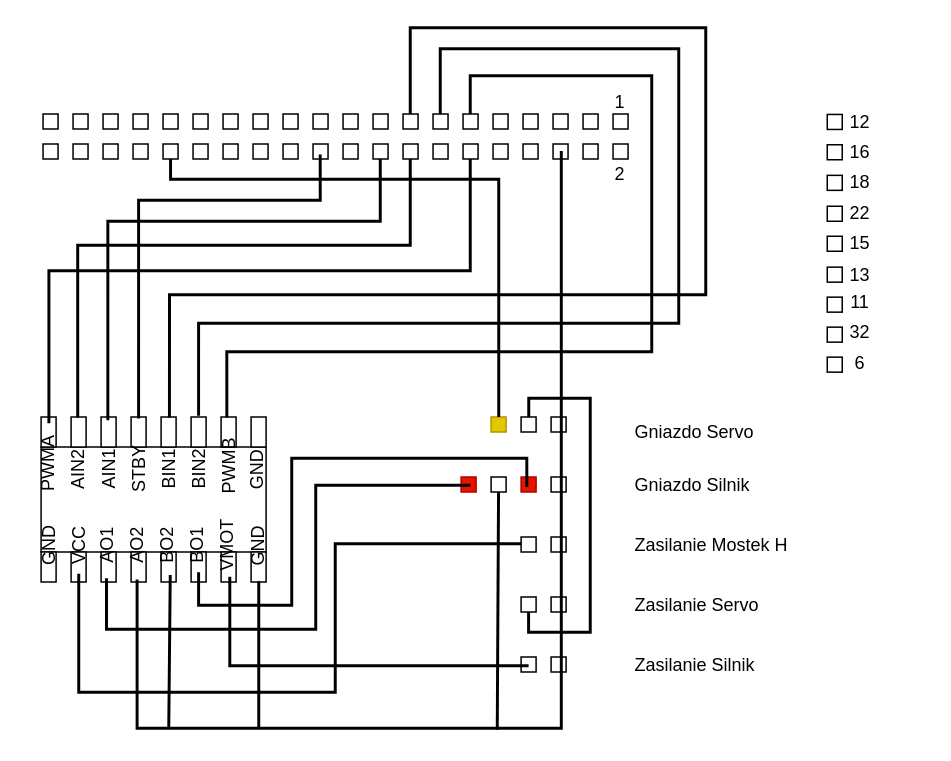
This is scheme/rc_car_diagram_idc_socket.drawio from MariuszBorek/rc-car, a draw.io file, before an edit. Source tidied: cells renumbered, new cells numbered last; positions are measured from the earlier drawing's top-left corner, leaving out a move shared by most shapes. Both pictures are drawn from the tidied source at 150%, with x=0, y=0 at pixel (3, 27).
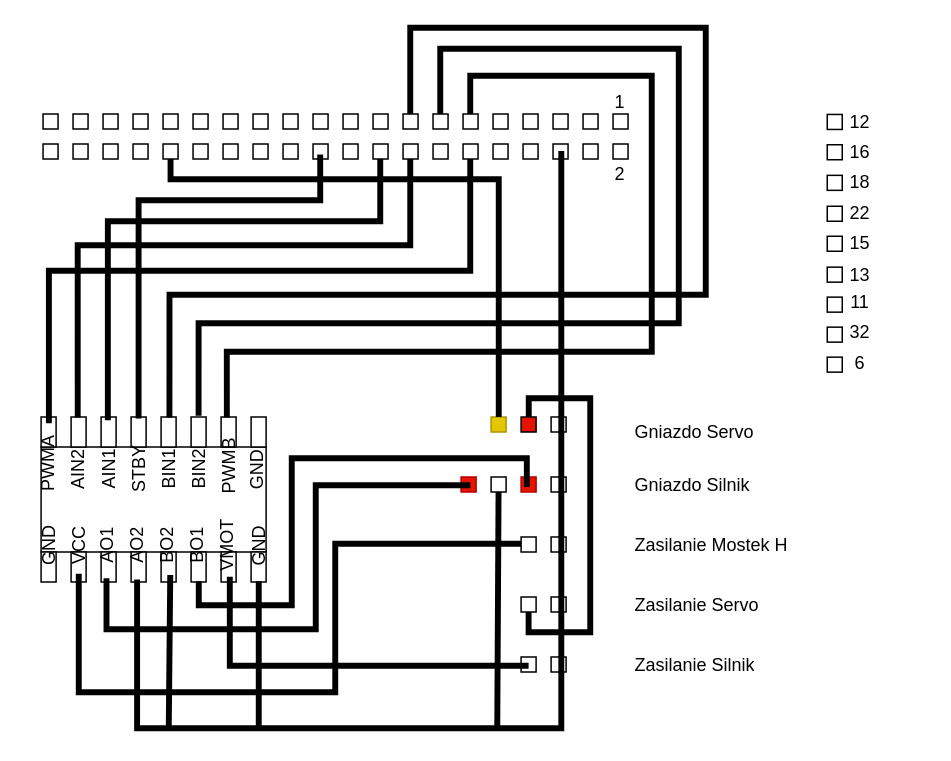
The same page after the edit.

Unchanged cells that the change refers to:
```xml
<mxCell id="12" style="rounded=0;whiteSpace=wrap;html=1;fillColor=light-dark(#FFFFFF,#663300);" parent="1" vertex="1">
  <mxGeometry x="44.9" y="259.5" width="10" height="20" as="geometry" />
</mxCell>
<mxCell id="13" style="rounded=0;whiteSpace=wrap;html=1;fillColor=light-dark(#FFFFFF,#FFFFFF);" parent="1" vertex="1">
  <mxGeometry x="64.9" y="259.5" width="10" height="20" as="geometry" />
</mxCell>
<mxCell id="14" style="rounded=0;whiteSpace=wrap;html=1;fillColor=light-dark(#FFFFFF,#007FFF);" parent="1" vertex="1">
  <mxGeometry x="84.9" y="259.5" width="10" height="20" as="geometry" />
</mxCell>
<mxCell id="15" style="rounded=0;whiteSpace=wrap;html=1;fillColor=light-dark(#FFFFFF,#00FF00);" parent="1" vertex="1">
  <mxGeometry x="104.9" y="259.5" width="10" height="20" as="geometry" />
</mxCell>
<mxCell id="16" style="rounded=0;whiteSpace=wrap;html=1;fillColor=light-dark(#FFFFFF,#FF8000);" parent="1" vertex="1">
  <mxGeometry x="124.9" y="259.5" width="10" height="20" as="geometry" />
</mxCell>
<mxCell id="17" style="rounded=0;whiteSpace=wrap;html=1;fillColor=light-dark(#FFFFFF,#7F00FF);" parent="1" vertex="1">
  <mxGeometry x="144.9" y="259.5" width="10" height="20" as="geometry" />
</mxCell>
<mxCell id="21" style="rounded=0;whiteSpace=wrap;html=1;fillColor=light-dark(#E3C800,#FFFF00);fontColor=#000000;strokeColor=light-dark(#B09500,#FFFFFF);" parent="1" vertex="1">
  <mxGeometry x="324.9" y="259.5" width="10" height="10" as="geometry" />
</mxCell>
<mxCell id="27" style="rounded=0;whiteSpace=wrap;html=1;fillColor=light-dark(#FFFFFF,#FF0000);" parent="1" vertex="1">
  <mxGeometry x="344.9" y="339.5" width="10" height="10" as="geometry" />
</mxCell>
<mxCell id="29" style="rounded=0;whiteSpace=wrap;html=1;fillColor=light-dark(#FFFFFF,#FF0000);" parent="1" vertex="1">
  <mxGeometry x="344.9" y="379.5" width="10" height="10" as="geometry" />
</mxCell>
<mxCell id="42" value="BO1" style="text;html=1;whiteSpace=wrap;strokeColor=none;fillColor=none;align=center;verticalAlign=middle;rounded=0;rotation=-90;" parent="1" vertex="1">
  <mxGeometry x="99.9" y="330.3" width="60" height="30" as="geometry" />
</mxCell>
<mxCell id="65" style="rounded=0;whiteSpace=wrap;html=1;fillColor=light-dark(#FFFFFF,#FF8000);" parent="1" vertex="1">
  <mxGeometry x="286.2" y="57.5" width="10" height="10" as="geometry" />
</mxCell>
<mxCell id="66" style="rounded=0;whiteSpace=wrap;html=1;fillColor=light-dark(#FFFFFF,#80FF00);" parent="1" vertex="1">
  <mxGeometry x="266.2" y="57.5" width="10" height="10" as="geometry" />
</mxCell>
<mxCell id="68" style="rounded=0;whiteSpace=wrap;html=1;fillColor=light-dark(#FFFFFF,#7F00FF);" parent="1" vertex="1">
  <mxGeometry x="306.2" y="57.5" width="10" height="10" as="geometry" />
</mxCell>
<mxCell id="79" style="rounded=0;whiteSpace=wrap;html=1;fillColor=light-dark(#FFFFFF,#007FFF);" parent="1" vertex="1">
  <mxGeometry x="206.2" y="77.5" width="10" height="10" as="geometry" />
</mxCell>
<mxCell id="83" style="rounded=0;whiteSpace=wrap;html=1;fillColor=light-dark(#FFFFFF,#FFFF00);" parent="1" vertex="1">
  <mxGeometry x="106.2" y="77.5" width="10" height="10" as="geometry" />
</mxCell>
<mxCell id="84" style="rounded=0;whiteSpace=wrap;html=1;fillColor=light-dark(#FFFFFF,#FFFFFF);" parent="1" vertex="1">
  <mxGeometry x="246.2" y="77.5" width="10" height="10" as="geometry" />
</mxCell>
<mxCell id="86" style="rounded=0;whiteSpace=wrap;html=1;fillColor=light-dark(#FFFFFF,#994C00);" parent="1" vertex="1">
  <mxGeometry x="266.2" y="77.5" width="10" height="10" as="geometry" />
</mxCell>
<mxCell id="88" style="rounded=0;whiteSpace=wrap;html=1;fillColor=light-dark(#FFFFFF,#33FFFF);" parent="1" vertex="1">
  <mxGeometry x="306.2" y="77.5" width="10" height="10" as="geometry" />
</mxCell>
```

What changed in the source:
```diff
@@
-    <mxCell id="4" style="rounded=0;whiteSpace=wrap;html=1;" parent="1" vertex="1">
+    <mxCell id="4" style="rounded=0;whiteSpace=wrap;html=1;fillColor=light-dark(#FFFFFF,#FF0000);" parent="1" vertex="1">
       <mxGeometry x="44.9" y="349.5" width="10" height="20" as="geometry" />
     </mxCell>
-    <mxCell id="5" style="rounded=0;whiteSpace=wrap;html=1;" parent="1" vertex="1">
+    <mxCell id="5" style="rounded=0;whiteSpace=wrap;html=1;fillColor=light-dark(#FFFFFF,#FF8000);" parent="1" vertex="1">
       <mxGeometry x="64.9" y="349.5" width="10" height="20" as="geometry" />
     </mxCell>
-    <mxCell id="6" style="rounded=0;whiteSpace=wrap;html=1;" parent="1" vertex="1">
+    <mxCell id="6" style="rounded=0;whiteSpace=wrap;html=1;fillColor=light-dark(#FFFFFF,#808080);" parent="1" vertex="1">
       <mxGeometry x="84.9" y="349.5" width="10" height="20" as="geometry" />
     </mxCell>
-    <mxCell id="7" style="rounded=0;whiteSpace=wrap;html=1;" parent="1" vertex="1">
+    <mxCell id="7" style="rounded=0;whiteSpace=wrap;html=1;fillColor=light-dark(#FFFFFF,#808080);" parent="1" vertex="1">
       <mxGeometry x="104.9" y="349.5" width="10" height="20" as="geometry" />
     </mxCell>
-    <mxCell id="8" style="rounded=0;whiteSpace=wrap;html=1;" parent="1" vertex="1">
+    <mxCell id="8" style="rounded=0;whiteSpace=wrap;html=1;fillColor=light-dark(#FFFFFF,#FF8000);" parent="1" vertex="1">
       <mxGeometry x="124.9" y="349.5" width="10" height="20" as="geometry" />
     </mxCell>
-    <mxCell id="9" style="rounded=0;whiteSpace=wrap;html=1;" parent="1" vertex="1">
+    <mxCell id="9" style="rounded=0;whiteSpace=wrap;html=1;fillColor=light-dark(#FFFFFF,#FF0000);" parent="1" vertex="1">
       <mxGeometry x="144.9" y="349.5" width="10" height="20" as="geometry" />
     </mxCell>
-    <mxCell id="10" style="rounded=0;whiteSpace=wrap;html=1;" parent="1" vertex="1">
+    <mxCell id="10" style="rounded=0;whiteSpace=wrap;html=1;fillColor=light-dark(#FFFFFF,#808080);" parent="1" vertex="1">
       <mxGeometry x="164.9" y="349.5" width="10" height="20" as="geometry" />
     </mxCell>
@@
-    <mxCell id="19" style="rounded=0;whiteSpace=wrap;html=1;" parent="1" vertex="1">
+    <mxCell id="19" style="rounded=0;whiteSpace=wrap;html=1;fillColor=light-dark(#FFFFFF,#808080);" parent="1" vertex="1">
       <mxGeometry x="364.9" y="259.5" width="10" height="10" as="geometry" />
     </mxCell>
-    <mxCell id="20" style="rounded=0;whiteSpace=wrap;html=1;fillColor=light-dark(#FFFFFF,#FF0000);" parent="1" vertex="1">
+    <mxCell id="20" style="rounded=0;whiteSpace=wrap;html=1;fillColor=light-dark(#E51400,#FF8000);" parent="1" vertex="1">
       <mxGeometry x="344.9" y="259.5" width="10" height="10" as="geometry" />
     </mxCell>
@@
-    <mxCell id="22" style="rounded=0;whiteSpace=wrap;html=1;" parent="1" vertex="1">
+    <mxCell id="22" style="rounded=0;whiteSpace=wrap;html=1;fillColor=light-dark(#FFFFFF,#808080);" parent="1" vertex="1">
       <mxGeometry x="364.9" y="299.5" width="10" height="10" as="geometry" />
     </mxCell>
-    <mxCell id="23" style="rounded=0;whiteSpace=wrap;html=1;fillColor=light-dark(#E51400,#FF0000);fontColor=#ffffff;strokeColor=#B20000;" parent="1" vertex="1">
+    <mxCell id="23" style="rounded=0;whiteSpace=wrap;html=1;fillColor=light-dark(#E51400,#FF8000);fontColor=#ffffff;strokeColor=#B20000;" parent="1" vertex="1">
       <mxGeometry x="344.9" y="299.5" width="10" height="10" as="geometry" />
     </mxCell>
-    <mxCell id="24" style="rounded=0;whiteSpace=wrap;html=1;" parent="1" vertex="1">
+    <mxCell id="24" style="rounded=0;whiteSpace=wrap;html=1;fillColor=light-dark(#FFFFFF,#808080);" parent="1" vertex="1">
       <mxGeometry x="324.9" y="299.5" width="10" height="10" as="geometry" />
     </mxCell>
-    <mxCell id="25" style="rounded=0;whiteSpace=wrap;html=1;fillColor=light-dark(#E51400,#FF0000);fontColor=#ffffff;strokeColor=light-dark(#B20000,#FFFFFF);" parent="1" vertex="1">
+    <mxCell id="25" style="rounded=0;whiteSpace=wrap;html=1;fillColor=light-dark(#E51400,#FF8000);fontColor=#ffffff;strokeColor=light-dark(#B20000,#FFFFFF);" parent="1" vertex="1">
       <mxGeometry x="304.9" y="299.5" width="10" height="10" as="geometry" />
     </mxCell>
-    <mxCell id="26" style="rounded=0;whiteSpace=wrap;html=1;" parent="1" vertex="1">
+    <mxCell id="26" style="rounded=0;whiteSpace=wrap;html=1;fillColor=light-dark(#FFFFFF,#808080);" parent="1" vertex="1">
       <mxGeometry x="364.9" y="339.5" width="10" height="10" as="geometry" />
     </mxCell>
@@
-    <mxCell id="28" style="rounded=0;whiteSpace=wrap;html=1;" parent="1" vertex="1">
+    <mxCell id="28" style="rounded=0;whiteSpace=wrap;html=1;fillColor=light-dark(#FFFFFF,#808080);" parent="1" vertex="1">
       <mxGeometry x="364.9" y="379.5" width="10" height="10" as="geometry" />
     </mxCell>
@@
-    <mxCell id="30" style="rounded=0;whiteSpace=wrap;html=1;" parent="1" vertex="1">
+    <mxCell id="30" style="rounded=0;whiteSpace=wrap;html=1;fillColor=light-dark(#FFFFFF,#808080);" parent="1" vertex="1">
       <mxGeometry x="364.9" y="419.5" width="10" height="10" as="geometry" />
     </mxCell>
@@
     <mxCell id="44" value="GND" style="text;html=1;whiteSpace=wrap;strokeColor=none;fillColor=none;align=center;verticalAlign=middle;rounded=0;rotation=-90;" parent="1" vertex="1">
-      <mxGeometry x="139.2" y="330.5" width="60" height="30" as="geometry" />
+      <mxGeometry x="140.2" y="330.5" width="60" height="30" as="geometry" />
     </mxCell>
@@
-    <mxCell id="87" style="rounded=0;whiteSpace=wrap;html=1;fillColor=light-dark(#FFFFFF,#000000);" parent="1" vertex="1">
+    <mxCell id="87" style="rounded=0;whiteSpace=wrap;html=1;fillColor=light-dark(#FFFFFF,#808080);" parent="1" vertex="1">
       <mxGeometry x="366.2" y="77.5" width="10" height="10" as="geometry" />
     </mxCell>
@@
-    <mxCell id="112" style="rounded=0;whiteSpace=wrap;html=1;fillColor=light-dark(#FFFFFF,#000000);" parent="1" vertex="1">
+    <mxCell id="112" style="rounded=0;whiteSpace=wrap;html=1;fillColor=light-dark(#FFFFFF,#808080);" parent="1" vertex="1">
       <mxGeometry x="549" y="219.6" width="10" height="10" as="geometry" />
     </mxCell>
-    <mxCell id="113" style="endArrow=none;html=1;rounded=0;strokeColor=light-dark(#000000,#FF0000);strokeWidth=1.9685;edgeStyle=orthogonalEdgeStyle;" parent="1" edge="1" source="29" target="20">
+    <mxCell id="113" style="endArrow=none;html=1;rounded=0;strokeColor=light-dark(#000000,#FF8000);strokeWidth=3.937;edgeStyle=orthogonalEdgeStyle;" parent="1" edge="1" source="29" target="20">
       <mxGeometry relative="1" as="geometry">
         <Array as="points">
           <mxPoint x="350" y="403" />
           <mxPoint x="391" y="403" />
           <mxPoint x="391" y="247" />
           <mxPoint x="350" y="247" />
         </Array>
       </mxGeometry>
     </mxCell>
-    <mxCell id="114" style="endArrow=none;html=1;rounded=0;entryX=0.384;entryY=0.665;entryDx=0;entryDy=0;entryPerimeter=0;exitX=0.206;exitY=0.5;exitDx=0;exitDy=0;exitPerimeter=0;strokeColor=light-dark(#000000,#FF0000);orthogonal=0;strokeWidth=1.9685;edgeStyle=orthogonalEdgeStyle;" parent="1" edge="1" source="42" target="23">
+    <mxCell id="114" style="endArrow=none;html=1;rounded=0;entryX=0.384;entryY=0.665;entryDx=0;entryDy=0;entryPerimeter=0;strokeColor=light-dark(#000000,#FF8000);orthogonal=0;strokeWidth=3.937;edgeStyle=orthogonalEdgeStyle;" parent="1" edge="1" target="23">
       <mxGeometry relative="1" as="geometry">
+        <mxPoint x="130" y="369" as="sourcePoint" />
         <Array as="points">
           <mxPoint x="130" y="385" />
           <mxPoint x="192" y="385" />
           <mxPoint x="192" y="287" />
           <mxPoint x="349" y="287" />
         </Array>
       </mxGeometry>
     </mxCell>
-    <mxCell id="115" style="endArrow=none;html=1;rounded=0;exitX=0.007;exitY=0.602;exitDx=0;exitDy=0;exitPerimeter=0;entryX=0.989;entryY=0.008;entryDx=0;entryDy=0;entryPerimeter=0;strokeColor=light-dark(#000000,#FF0000);strokeWidth=1.9685;edgeStyle=orthogonalEdgeStyle;" parent="1" edge="1">
+    <mxCell id="115" style="endArrow=none;html=1;rounded=0;exitX=0.007;exitY=0.602;exitDx=0;exitDy=0;exitPerimeter=0;entryX=0.989;entryY=0.008;entryDx=0;entryDy=0;entryPerimeter=0;strokeColor=light-dark(#000000,#FF8000);strokeWidth=3.937;edgeStyle=orthogonalEdgeStyle;" parent="1" edge="1">
       <mxGeometry relative="1" as="geometry">
         <mxPoint x="68.5" y="367" as="sourcePoint" />
         <mxPoint x="311.1" y="305" as="targetPoint" />
         <Array as="points">
           <mxPoint x="68" y="401" />
           <mxPoint x="208" y="401" />
           <mxPoint x="208" y="305" />
         </Array>
       </mxGeometry>
     </mxCell>
-    <mxCell id="116" style="endArrow=none;html=1;rounded=0;strokeColor=light-dark(#000000,#FF0000);strokeWidth=1.9685;edgeStyle=orthogonalEdgeStyle;" parent="1" edge="1" target="27">
+    <mxCell id="116" style="endArrow=none;html=1;rounded=0;strokeColor=light-dark(#000000,#FF0000);strokeWidth=3.937;edgeStyle=orthogonalEdgeStyle;" parent="1" edge="1" target="27">
       <mxGeometry relative="1" as="geometry">
         <mxPoint x="50" y="364" as="sourcePoint" />
         <Array as="points">
           <mxPoint x="50" y="443" />
           <mxPoint x="221" y="443" />
           <mxPoint x="221" y="344" />
         </Array>
       </mxGeometry>
     </mxCell>
-    <mxCell id="117" style="endArrow=none;html=1;rounded=0;exitX=0.008;exitY=0.043;exitDx=0;exitDy=0;exitPerimeter=0;entryX=0.996;entryY=0.992;entryDx=0;entryDy=0;entryPerimeter=0;strokeColor=light-dark(#000000,#FF0000);strokeWidth=1.9685;edgeStyle=orthogonalEdgeStyle;" parent="1" edge="1">
+    <mxCell id="117" style="endArrow=none;html=1;rounded=0;exitX=0.008;exitY=0.043;exitDx=0;exitDy=0;exitPerimeter=0;entryX=0.996;entryY=0.992;entryDx=0;entryDy=0;entryPerimeter=0;strokeColor=light-dark(#000000,#FF0000);strokeWidth=3.937;edgeStyle=orthogonalEdgeStyle;" parent="1" edge="1">
       <mxGeometry relative="1" as="geometry">
         <mxPoint x="150.7" y="366" as="sourcePoint" />
         <mxPoint x="349.9" y="425.3" as="targetPoint" />
         <Array as="points">
           <mxPoint x="151" y="425" />
         </Array>
       </mxGeometry>
     </mxCell>
-    <mxCell id="118" style="endArrow=none;html=1;rounded=0;entryX=0.233;entryY=0.014;entryDx=0;entryDy=0;entryPerimeter=0;exitX=0.746;exitY=0;exitDx=0;exitDy=0;exitPerimeter=0;strokeColor=light-dark(#000000,#808080);strokeWidth=1.9685;edgeStyle=orthogonalEdgeStyle;" parent="1" edge="1">
+    <mxCell id="118" style="endArrow=none;html=1;rounded=0;entryX=0.233;entryY=0.014;entryDx=0;entryDy=0;entryPerimeter=0;exitX=0.746;exitY=0;exitDx=0;exitDy=0;exitPerimeter=0;strokeColor=light-dark(#000000,#808080);strokeWidth=3.937;edgeStyle=orthogonalEdgeStyle;" parent="1" edge="1">
       <mxGeometry relative="1" as="geometry">
         <mxPoint x="371.7" y="82.1" as="sourcePoint" />
         <mxPoint x="88.9" y="367.9" as="targetPoint" />
         <Array as="points">
           <mxPoint x="372" y="467" />
           <mxPoint x="89" y="467" />
         </Array>
       </mxGeometry>
     </mxCell>
-    <mxCell id="119" style="endArrow=none;html=1;rounded=0;strokeColor=light-dark(#000000,#808080);strokeWidth=1.9685;" parent="1" edge="1">
+    <mxCell id="119" style="endArrow=none;html=1;rounded=0;strokeColor=light-dark(#000000,#808080);strokeWidth=3.937;" parent="1" edge="1">
       <mxGeometry relative="1" as="geometry">
         <mxPoint x="170" y="467" as="sourcePoint" />
         <mxPoint x="170" y="369" as="targetPoint" />
       </mxGeometry>
     </mxCell>
-    <mxCell id="120" style="endArrow=none;html=1;rounded=0;entryX=0.252;entryY=0.005;entryDx=0;entryDy=0;entryPerimeter=0;strokeColor=light-dark(#000000,#808080);strokeWidth=1.9685;" parent="1" edge="1">
+    <mxCell id="120" style="endArrow=none;html=1;rounded=0;entryX=0.252;entryY=0.005;entryDx=0;entryDy=0;entryPerimeter=0;strokeColor=light-dark(#000000,#808080);strokeWidth=3.937;" parent="1" edge="1">
       <mxGeometry relative="1" as="geometry">
         <mxPoint x="110" y="467" as="sourcePoint" />
         <mxPoint x="111" y="364.8" as="targetPoint" />
       </mxGeometry>
     </mxCell>
-    <mxCell id="121" style="endArrow=none;html=1;rounded=0;exitX=0.359;exitY=0.962;exitDx=0;exitDy=0;exitPerimeter=0;strokeColor=light-dark(#000000,#00FFFF);strokeWidth=1.9685;edgeStyle=orthogonalEdgeStyle;" parent="1" edge="1" target="88">
+    <mxCell id="121" style="endArrow=none;html=1;rounded=0;exitX=0.359;exitY=0.962;exitDx=0;exitDy=0;exitPerimeter=0;strokeColor=light-dark(#000000,#00FFFF);strokeWidth=3.937;edgeStyle=orthogonalEdgeStyle;" parent="1" edge="1" target="88">
       <mxGeometry relative="1" as="geometry">
         <mxPoint x="30.1" y="263.7" as="sourcePoint" />
         <Array as="points">
           <mxPoint x="30" y="162" />
           <mxPoint x="311" y="162" />
         </Array>
       </mxGeometry>
     </mxCell>
-    <mxCell id="122" style="endArrow=none;html=1;rounded=0;exitX=0.442;exitY=0.018;exitDx=0;exitDy=0;exitPerimeter=0;strokeWidth=1.9685;strokeColor=light-dark(#000000,#994C00);edgeStyle=orthogonalEdgeStyle;" parent="1" edge="1" source="12" target="86">
+    <mxCell id="122" style="endArrow=none;html=1;rounded=0;exitX=0.442;exitY=0.018;exitDx=0;exitDy=0;exitPerimeter=0;strokeWidth=3.937;strokeColor=light-dark(#000000,#994C00);edgeStyle=orthogonalEdgeStyle;" parent="1" edge="1" source="12" target="86">
       <mxGeometry relative="1" as="geometry">
         <Array as="points">
           <mxPoint x="49" y="145" />
           <mxPoint x="271" y="145" />
         </Array>
       </mxGeometry>
     </mxCell>
-    <mxCell id="123" style="endArrow=none;html=1;rounded=0;exitX=0.451;exitY=0.105;exitDx=0;exitDy=0;exitPerimeter=0;strokeWidth=1.9685;edgeStyle=orthogonalEdgeStyle;" parent="1" edge="1" source="13" target="84">
+    <mxCell id="123" style="endArrow=none;html=1;rounded=0;exitX=0.451;exitY=0.105;exitDx=0;exitDy=0;exitPerimeter=0;strokeWidth=3.937;edgeStyle=orthogonalEdgeStyle;" parent="1" edge="1" source="13" target="84">
       <mxGeometry relative="1" as="geometry">
         <Array as="points">
           <mxPoint x="69" y="129" />
           <mxPoint x="251" y="129" />
         </Array>
       </mxGeometry>
     </mxCell>
-    <mxCell id="124" style="endArrow=none;html=1;rounded=0;exitX=0.499;exitY=0.047;exitDx=0;exitDy=0;exitPerimeter=0;entryX=0.476;entryY=0.693;entryDx=0;entryDy=0;entryPerimeter=0;strokeColor=light-dark(#000000,#007FFF);strokeWidth=1.9685;edgeStyle=orthogonalEdgeStyle;" parent="1" edge="1" source="14" target="79">
+    <mxCell id="124" style="endArrow=none;html=1;rounded=0;exitX=0.499;exitY=0.047;exitDx=0;exitDy=0;exitPerimeter=0;entryX=0.476;entryY=0.693;entryDx=0;entryDy=0;entryPerimeter=0;strokeColor=light-dark(#000000,#007FFF);strokeWidth=3.937;edgeStyle=orthogonalEdgeStyle;" parent="1" edge="1" source="14" target="79">
       <mxGeometry relative="1" as="geometry">
         <Array as="points">
           <mxPoint x="90" y="115" />
           <mxPoint x="211" y="115" />
         </Array>
       </mxGeometry>
     </mxCell>
-    <mxCell id="125" style="endArrow=none;html=1;rounded=0;strokeWidth=1.9685;strokeColor=light-dark(#000000,#FFFF00);orthogonal=1;edgeStyle=orthogonalEdgeStyle;" parent="1" edge="1" source="83" target="21">
+    <mxCell id="125" style="endArrow=none;html=1;rounded=0;strokeWidth=3.937;strokeColor=light-dark(#000000,#FFFF00);orthogonal=1;edgeStyle=orthogonalEdgeStyle;" parent="1" edge="1" source="83" target="21">
       <mxGeometry relative="1" as="geometry">
         <Array as="points">
           <mxPoint x="111" y="101" />
           <mxPoint x="330" y="101" />
         </Array>
       </mxGeometry>
     </mxCell>
-    <mxCell id="126" style="endArrow=none;html=1;rounded=0;exitX=0.556;exitY=0.018;exitDx=0;exitDy=0;exitPerimeter=0;strokeWidth=1.9685;strokeColor=light-dark(#000000,#00FF00);edgeStyle=orthogonalEdgeStyle;" parent="1" edge="1" source="15" target="66">
+    <mxCell id="126" style="endArrow=none;html=1;rounded=0;exitX=0.556;exitY=0.018;exitDx=0;exitDy=0;exitPerimeter=0;strokeWidth=3.937;strokeColor=light-dark(#000000,#00FF00);edgeStyle=orthogonalEdgeStyle;" parent="1" edge="1" source="15" target="66">
       <mxGeometry relative="1" as="geometry">
         <Array as="points">
           <mxPoint x="110" y="178" />
           <mxPoint x="468" y="178" />
           <mxPoint x="468" />
           <mxPoint x="271" />
         </Array>
       </mxGeometry>
     </mxCell>
-    <mxCell id="127" style="endArrow=none;html=1;rounded=0;exitX=0.499;exitY=-0.039;exitDx=0;exitDy=0;exitPerimeter=0;strokeWidth=1.9685;strokeColor=light-dark(#000000,#FF8000);edgeStyle=orthogonalEdgeStyle;" parent="1" edge="1" source="16" target="65">
+    <mxCell id="127" style="endArrow=none;html=1;rounded=0;exitX=0.499;exitY=-0.039;exitDx=0;exitDy=0;exitPerimeter=0;strokeWidth=3.937;strokeColor=light-dark(#000000,#FF8000);edgeStyle=orthogonalEdgeStyle;" parent="1" edge="1" source="16" target="65">
       <mxGeometry relative="1" as="geometry">
         <Array as="points">
           <mxPoint x="130" y="197" />
           <mxPoint x="450" y="197" />
           <mxPoint x="450" y="14" />
           <mxPoint x="291" y="14" />
         </Array>
       </mxGeometry>
     </mxCell>
-    <mxCell id="128" style="endArrow=none;html=1;rounded=0;exitX=0.384;exitY=0.018;exitDx=0;exitDy=0;exitPerimeter=0;strokeWidth=1.9685;strokeColor=light-dark(#000000,#7F00FF);edgeStyle=orthogonalEdgeStyle;" parent="1" edge="1" source="17" target="68">
+    <mxCell id="128" style="endArrow=none;html=1;rounded=0;exitX=0.384;exitY=0.018;exitDx=0;exitDy=0;exitPerimeter=0;strokeWidth=3.937;strokeColor=light-dark(#000000,#7F00FF);edgeStyle=orthogonalEdgeStyle;" parent="1" edge="1" source="17" target="68">
       <mxGeometry relative="1" as="geometry">
         <Array as="points">
           <mxPoint x="149" y="216" />
           <mxPoint x="432" y="216" />
           <mxPoint x="432" y="32" />
           <mxPoint x="311" y="32" />
         </Array>
       </mxGeometry>
     </mxCell>
-    <mxCell id="129" style="endArrow=none;html=1;rounded=0;strokeWidth=1.9685;strokeColor=light-dark(#000000,#808080);" parent="1" edge="1" target="24">
+    <mxCell id="129" style="endArrow=none;html=1;rounded=0;strokeWidth=3.937;strokeColor=light-dark(#000000,#808080);" parent="1" edge="1" target="24">
       <mxGeometry relative="1" as="geometry">
         <mxPoint x="329" y="468" as="sourcePoint" />
       </mxGeometry>
     </mxCell>
```
